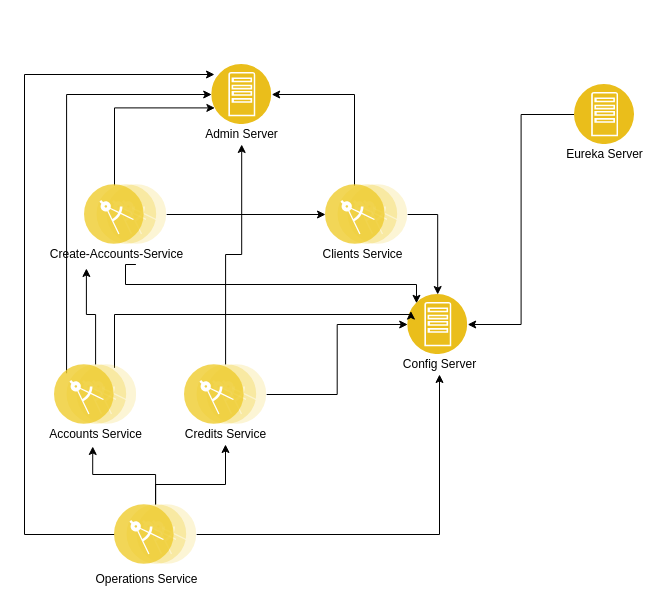
Earlier version of the draw.io diagram SolutionDiagram.drawio (DDMonzonUrrutia/bancking-diagrams). Source tidied: cells renumbered, new cells numbered last; positions are measured from the earlier drawing's top-left corner, leaving out a move shared by most shapes. Both pictures are drawn from the tidied source at 100%, with x=0, y=0 at pixel (24, 64).
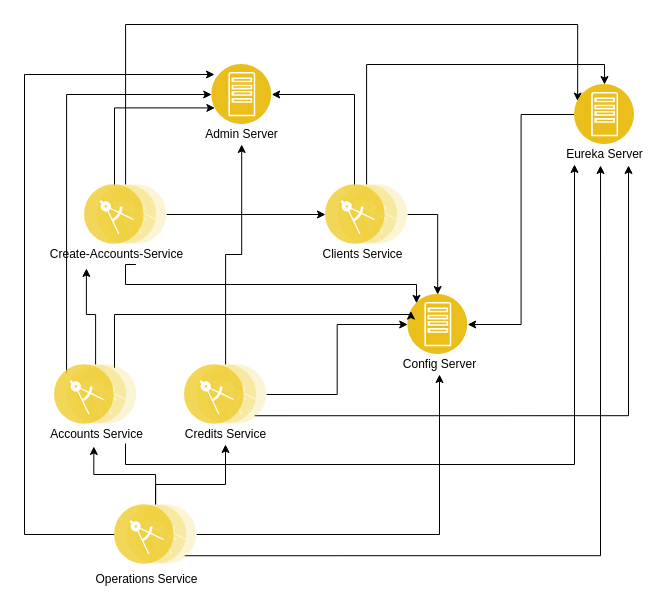
The same diagram, later.

Unchanged cells that the change refers to:
```xml
<mxCell id="9" style="perimeter=ellipsePerimeter;html=1;align=center;shadow=0;dashed=0;fontColor=#4277BB;labelBackgroundColor=#ffffff;fontSize=12;spacingTop=3;image;image=img/lib/ibm/applications/microservice.svg;" parent="1" vertex="1">
  <mxGeometry x="160" y="300" width="82.2" height="60" as="geometry" />
</mxCell>
<mxCell id="13" style="perimeter=ellipsePerimeter;html=1;align=center;shadow=0;dashed=0;fontColor=#4277BB;labelBackgroundColor=#ffffff;fontSize=12;spacingTop=3;image;image=img/lib/ibm/applications/microservice.svg;" parent="1" vertex="1">
  <mxGeometry x="60" y="120" width="82.2" height="60" as="geometry" />
</mxCell>
<mxCell id="18" style="perimeter=ellipsePerimeter;html=1;align=center;shadow=0;dashed=0;fontColor=#4277BB;labelBackgroundColor=#ffffff;fontSize=12;spacingTop=3;image;image=img/lib/ibm/applications/microservice.svg;" parent="1" vertex="1">
  <mxGeometry x="90" y="440" width="82.2" height="60" as="geometry" />
</mxCell>
<mxCell id="21" style="perimeter=ellipsePerimeter;html=1;align=center;shadow=0;dashed=0;fontColor=#4277BB;labelBackgroundColor=#ffffff;fontSize=12;spacingTop=3;image;image=img/lib/ibm/applications/microservice.svg;" parent="1" vertex="1">
  <mxGeometry x="301" y="120" width="82.2" height="60" as="geometry" />
</mxCell>
<mxCell id="24" style="perimeter=ellipsePerimeter;html=1;align=center;shadow=0;dashed=0;fontColor=#4277BB;labelBackgroundColor=#ffffff;fontSize=12;spacingTop=3;image;image=img/lib/ibm/applications/app_server.svg;" parent="1" vertex="1">
  <mxGeometry x="550" y="20" width="60" height="60" as="geometry" />
</mxCell>
<mxCell id="27" value="Eureka Server" style="text;html=1;align=center;verticalAlign=middle;points=[];strokeColor=none;" parent="1" vertex="1">
  <mxGeometry x="535" y="80" width="90" height="20" as="geometry" />
</mxCell>
```

What changed in the source:
```diff
@@
+    <mxCell id="33" style="edgeStyle=orthogonalEdgeStyle;rounded=0;jettySize=auto;html=1;exitX=1;exitY=1;exitDx=0;exitDy=0;entryX=0.767;entryY=1.05;entryDx=0;entryDy=0;entryPerimeter=0;" parent="1" edge="1" source="9" target="27">
+      <mxGeometry relative="1" as="geometry" />
+    </mxCell>
@@
+    <mxCell id="34" style="edgeStyle=orthogonalEdgeStyle;rounded=0;jettySize=auto;html=1;exitX=0.5;exitY=0;exitDx=0;exitDy=0;entryX=0;entryY=0.25;entryDx=0;entryDy=0;" parent="1" edge="1" source="13" target="24">
+      <mxGeometry relative="1" as="geometry">
+        <Array as="points">
+          <mxPoint x="101" y="-40" />
+          <mxPoint x="553" y="-40" />
+        </Array>
+      </mxGeometry>
+    </mxCell>
@@
+    <mxCell id="35" style="edgeStyle=orthogonalEdgeStyle;rounded=0;jettySize=auto;html=1;exitX=1;exitY=1;exitDx=0;exitDy=0;entryX=0.456;entryY=1.05;entryDx=0;entryDy=0;entryPerimeter=0;" parent="1" edge="1" source="18" target="27">
+      <mxGeometry relative="1" as="geometry" />
+    </mxCell>
@@
+    <mxCell id="36" style="edgeStyle=orthogonalEdgeStyle;rounded=0;jettySize=auto;html=1;exitX=0.5;exitY=0;exitDx=0;exitDy=0;entryX=0.5;entryY=0;entryDx=0;entryDy=0;" parent="1" edge="1" source="21" target="24">
+      <mxGeometry relative="1" as="geometry">
+        <Array as="points">
+          <mxPoint x="342" />
+          <mxPoint x="580" />
+        </Array>
+      </mxGeometry>
+    </mxCell>
@@
+    <mxCell id="37" style="edgeStyle=orthogonalEdgeStyle;rounded=0;jettySize=auto;html=1;exitX=0.762;exitY=0.95;exitDx=0;exitDy=0;exitPerimeter=0;" parent="1" edge="1" source="31">
+      <mxGeometry relative="1" as="geometry">
+        <mxPoint x="550" y="100" as="targetPoint" />
+        <Array as="points">
+          <mxPoint x="101" y="400" />
+          <mxPoint x="550" y="400" />
+        </Array>
+      </mxGeometry>
+    </mxCell>
     <mxCell id="31" value="Accounts Service" style="text;html=1;align=center;verticalAlign=middle;points=[];strokeColor=none;" parent="1" vertex="1">
-      <mxGeometry x="16.1" y="360" width="110" height="20" as="geometry" />
+      <mxGeometry x="17.2" y="360" width="110" height="20" as="geometry" />
     </mxCell>
```
